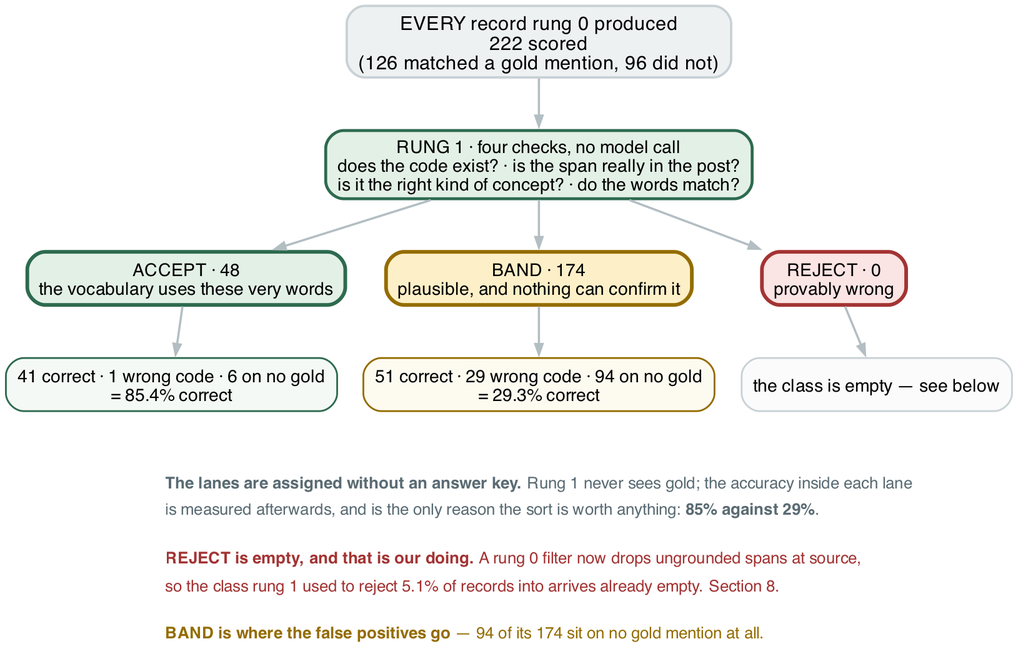
Before: docs/figures/fig10-rung1.png, a diagram exported from Graphviz (wbagais/reliability-ladder). Its source is kept beside it as docs/figures/fig10-rung1.dot.
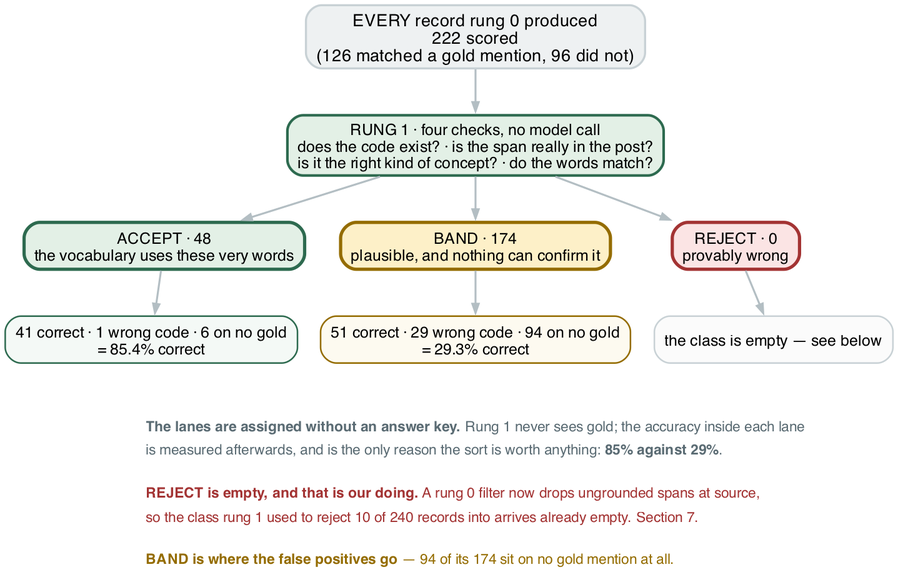
After the commit.

Commit message:
sweep all figures against today's cuts: three carried retracted or stale content

Change to the diagram source:
```diff
@@ -37,7 +37,7 @@
         <TR><TD ALIGN="LEFT"><FONT POINT-SIZE="11" COLOR="#5a6b73">is measured afterwards, and is the only reason the sort is worth anything: <B>85% against 29%</B>.</FONT></TD></TR>
         <TR><TD ALIGN="LEFT"><FONT POINT-SIZE="8"> </FONT></TD></TR>
         <TR><TD ALIGN="LEFT"><FONT POINT-SIZE="11" COLOR="#a33333"><B>REJECT is empty, and that is our doing.</B> A rung 0 filter now drops ungrounded spans at source,</FONT></TD></TR>
-        <TR><TD ALIGN="LEFT"><FONT POINT-SIZE="11" COLOR="#a33333">so the class rung 1 used to reject 5.1% of records into arrives already empty. Section 8.</FONT></TD></TR>
+        <TR><TD ALIGN="LEFT"><FONT POINT-SIZE="11" COLOR="#a33333">so the class rung 1 used to reject 10 of 240 records into arrives already empty. Section 7.</FONT></TD></TR>
         <TR><TD ALIGN="LEFT"><FONT POINT-SIZE="8"> </FONT></TD></TR>
         <TR><TD ALIGN="LEFT"><FONT POINT-SIZE="11" COLOR="#946c00"><B>BAND is where the false positives go</B> — 94 of its 174 sit on no gold mention at all.</FONT></TD></TR>
         </TABLE>>];
```
